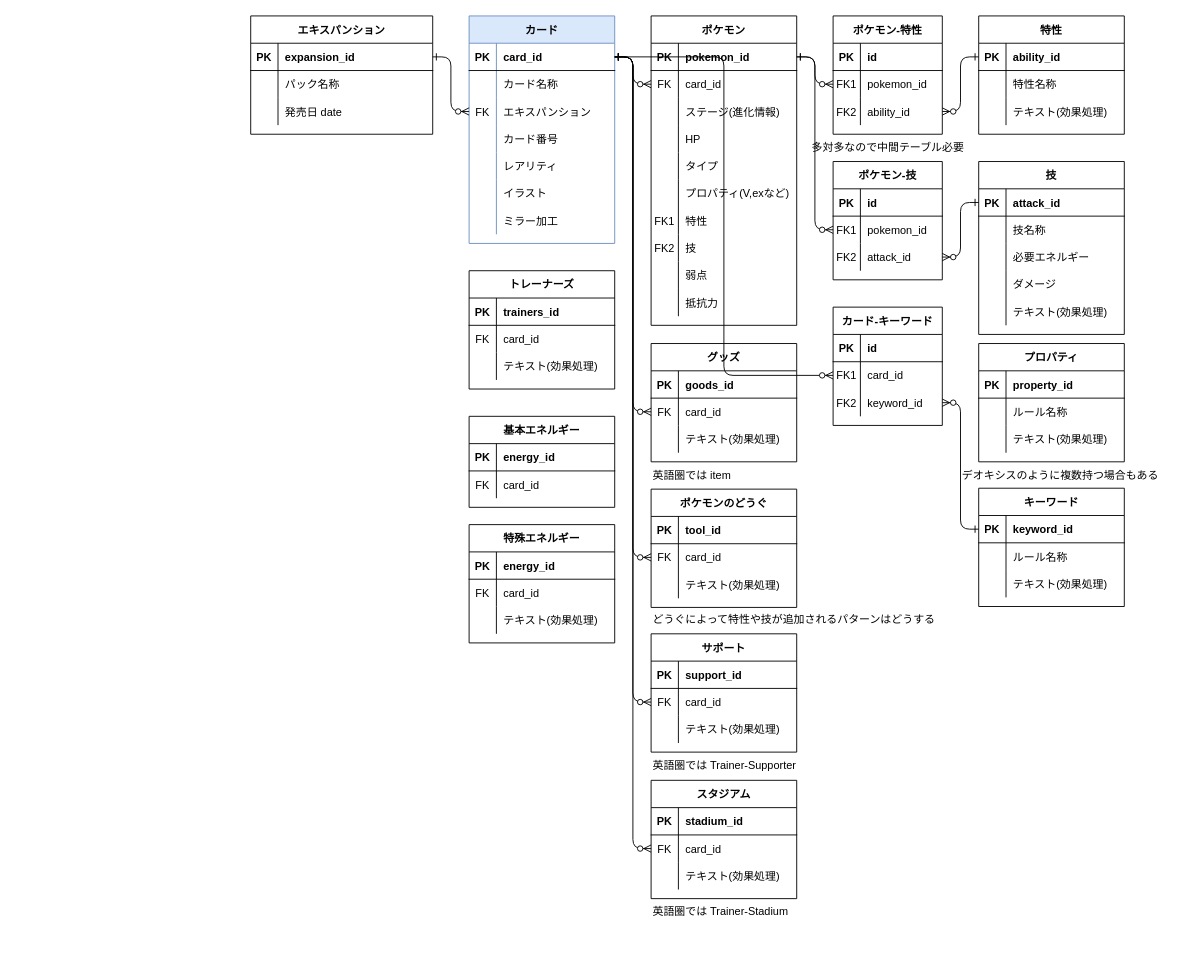
The draw.io diagram page "ER図ver2" (4 of 9) of データベース草案.drawio in tinatamago/ptcg, before the edit. Source tidied: cells renumbered, new cells numbered last; positions are measured from the earlier drawing's top-left corner, leaving out a move shared by most shapes. Both pictures are drawn from the tidied source at 91%, with x=0, y=0 at pixel (250, 15).
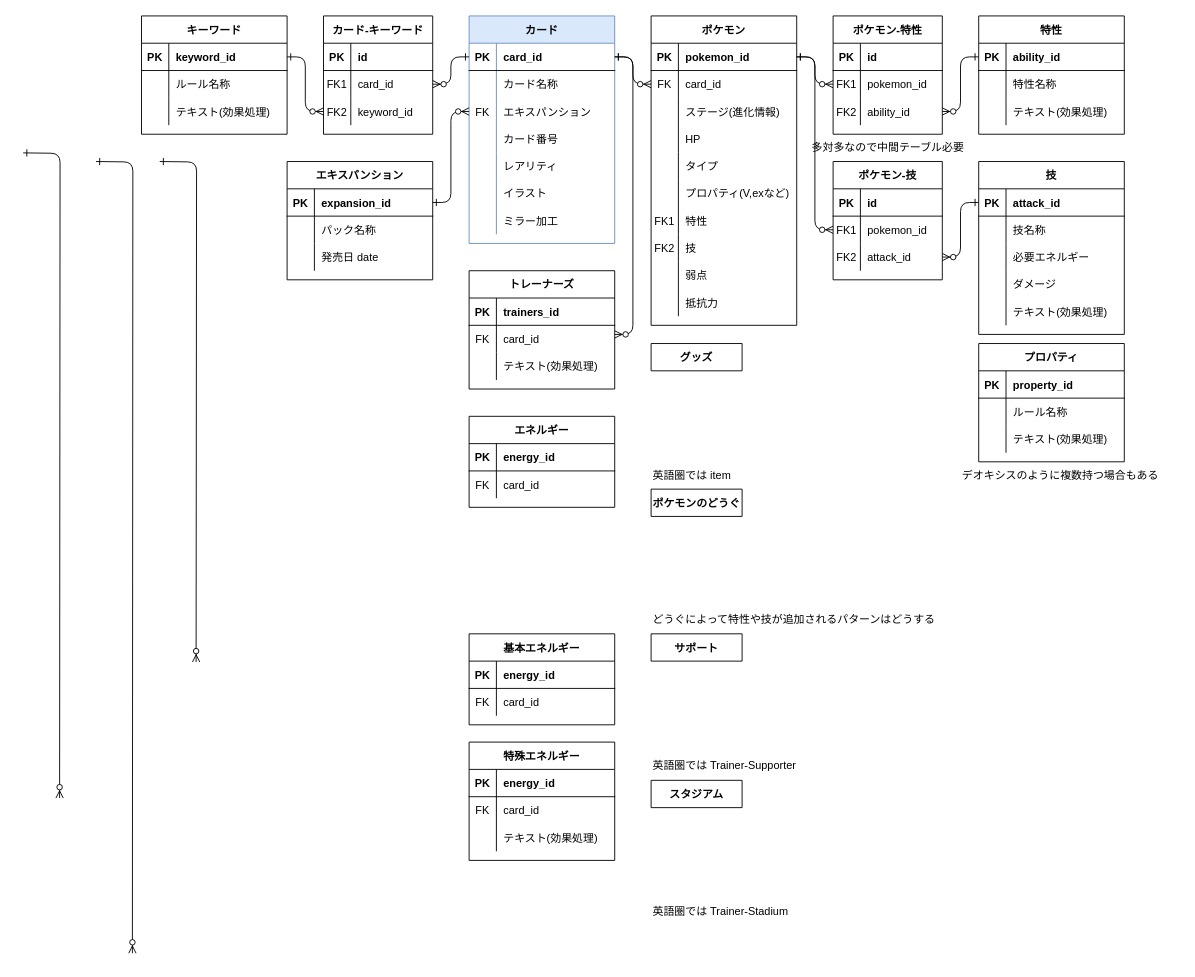
The same diagram, later.

Commit message:
データベース草案.drawio を更新します

Unchanged cells that the change refers to:
```xml
<mxCell id="30" style="shape=partialRectangle;fillColor=none;points=[[0,0.5],[1,0.5]];portConstraint=eastwest;top=0;left=0;right=0;bottom=1;" parent="29" vertex="1">
  <mxGeometry y="30" width="160" height="30" as="geometry" />
</mxCell>
<mxCell id="169" style="shape=partialRectangle;fillColor=none;points=[[0,0.5],[1,0.5]];portConstraint=eastwest;top=0;left=0;right=0;bottom=0;" parent="165" vertex="1">
  <mxGeometry y="60" width="160" height="30" as="geometry" />
</mxCell>
```

What changed in the source:
```diff
@@
-    <mxCell id="116" value="グッズ" style="shape=table;startSize=30;childLayout=tableLayout;rowLines=0;fontStyle=1;align=center;" parent="1" vertex="1">
-      <mxGeometry x="440" y="360" width="160" height="130" as="geometry" />
+    <mxCell id="116" value="グッズ" style="shape=table;startSize=30;childLayout=tableLayout;rowLines=0;fontStyle=1;align=center;" parent="1" vertex="1" collapsed="1">
+      <mxGeometry x="440" y="360" width="100" height="30" as="geometry" />
     </mxCell>
-    <mxCell id="117" style="shape=partialRectangle;fillColor=none;top=0;left=0;right=0;bottom=1;" parent="116" vertex="1">
-      <mxGeometry y="30" width="160" height="30" as="geometry" />
-    </mxCell>
-    <mxCell id="118" value="PK" style="shape=partialRectangle;overflow=hidden;fillColor=none;top=0;left=0;bottom=0;right=0;fontStyle=1;" parent="117" vertex="1">
-      <mxGeometry width="30" height="30" as="geometry" />
-    </mxCell>
-    <mxCell id="119" value="goods_id" style="shape=partialRectangle;overflow=hidden;fillColor=none;top=0;left=0;bottom=0;right=0;align=left;spacingLeft=6;fontStyle=1;" parent="117" vertex="1">
-      <mxGeometry x="30" width="130" height="30" as="geometry" />
-    </mxCell>
-    <mxCell id="120" style="shape=partialRectangle;fillColor=none;points=[[0,0.5],[1,0.5]];portConstraint=eastwest;top=0;left=0;right=0;bottom=0;" parent="116" vertex="1">
-      <mxGeometry y="60" width="160" height="30" as="geometry" />
-    </mxCell>
-    <mxCell id="121" value="FK" style="shape=partialRectangle;overflow=hidden;fillColor=none;top=0;left=0;bottom=0;right=0;" parent="120" vertex="1">
-      <mxGeometry width="30" height="30" as="geometry" />
-    </mxCell>
-    <mxCell id="122" value="card_id" style="shape=partialRectangle;overflow=hidden;fillColor=none;top=0;left=0;bottom=0;right=0;align=left;spacingLeft=6;" parent="120" vertex="1">
-      <mxGeometry x="30" width="130" height="30" as="geometry" />
-    </mxCell>
-    <mxCell id="123" style="shape=partialRectangle;fillColor=none;top=0;left=0;right=0;bottom=0;" parent="116" vertex="1">
-      <mxGeometry y="90" width="160" height="30" as="geometry" />
-    </mxCell>
-    <mxCell id="124" style="shape=partialRectangle;overflow=hidden;fillColor=none;top=0;left=0;bottom=0;right=0;" parent="123" vertex="1">
-      <mxGeometry width="30" height="30" as="geometry" />
-    </mxCell>
-    <mxCell id="125" value="テキスト(効果処理)" style="shape=partialRectangle;overflow=hidden;fillColor=none;top=0;left=0;bottom=0;right=0;align=left;spacingLeft=6;" parent="123" vertex="1">
-      <mxGeometry x="30" width="130" height="30" as="geometry" />
-    </mxCell>
-    <mxCell id="126" value="ポケモンのどうぐ" style="shape=table;startSize=30;childLayout=tableLayout;rowLines=0;fontStyle=1;align=center;" parent="1" vertex="1">
-      <mxGeometry x="440" y="520" width="160" height="130" as="geometry" />
+    <mxCell id="126" value="ポケモンのどうぐ" style="shape=table;startSize=30;childLayout=tableLayout;rowLines=0;fontStyle=1;align=center;" parent="1" vertex="1" collapsed="1">
+      <mxGeometry x="440" y="520" width="100" height="30" as="geometry" />
     </mxCell>
-    <mxCell id="127" style="shape=partialRectangle;fillColor=none;top=0;left=0;right=0;bottom=1;" parent="126" vertex="1">
-      <mxGeometry y="30" width="160" height="30" as="geometry" />
-    </mxCell>
-    <mxCell id="128" value="PK" style="shape=partialRectangle;overflow=hidden;fillColor=none;top=0;left=0;bottom=0;right=0;fontStyle=1;" parent="127" vertex="1">
-      <mxGeometry width="30" height="30" as="geometry" />
-    </mxCell>
-    <mxCell id="129" value="tool_id" style="shape=partialRectangle;overflow=hidden;fillColor=none;top=0;left=0;bottom=0;right=0;align=left;spacingLeft=6;fontStyle=1;" parent="127" vertex="1">
-      <mxGeometry x="30" width="130" height="30" as="geometry" />
-    </mxCell>
-    <mxCell id="130" style="shape=partialRectangle;fillColor=none;points=[[0,0.5],[1,0.5]];portConstraint=eastwest;top=0;left=0;right=0;bottom=0;" parent="126" vertex="1">
-      <mxGeometry y="60" width="160" height="30" as="geometry" />
-    </mxCell>
-    <mxCell id="131" value="FK" style="shape=partialRectangle;overflow=hidden;fillColor=none;top=0;left=0;bottom=0;right=0;" parent="130" vertex="1">
-      <mxGeometry width="30" height="30" as="geometry" />
-    </mxCell>
-    <mxCell id="132" value="card_id" style="shape=partialRectangle;overflow=hidden;fillColor=none;top=0;left=0;bottom=0;right=0;align=left;spacingLeft=6;" parent="130" vertex="1">
-      <mxGeometry x="30" width="130" height="30" as="geometry" />
-    </mxCell>
-    <mxCell id="133" style="shape=partialRectangle;fillColor=none;top=0;left=0;right=0;bottom=0;" parent="126" vertex="1">
-      <mxGeometry y="90" width="160" height="30" as="geometry" />
-    </mxCell>
-    <mxCell id="134" style="shape=partialRectangle;overflow=hidden;fillColor=none;top=0;left=0;bottom=0;right=0;" parent="133" vertex="1">
-      <mxGeometry width="30" height="30" as="geometry" />
-    </mxCell>
-    <mxCell id="135" value="テキスト(効果処理)" style="shape=partialRectangle;overflow=hidden;fillColor=none;top=0;left=0;bottom=0;right=0;align=left;spacingLeft=6;" parent="133" vertex="1">
-      <mxGeometry x="30" width="130" height="30" as="geometry" />
-    </mxCell>
-    <mxCell id="136" value="サポート" style="shape=table;startSize=30;childLayout=tableLayout;rowLines=0;fontStyle=1;align=center;" parent="1" vertex="1">
-      <mxGeometry x="440" y="679" width="160" height="130" as="geometry" />
+    <mxCell id="136" value="サポート" style="shape=table;startSize=30;childLayout=tableLayout;rowLines=0;fontStyle=1;align=center;" parent="1" vertex="1" collapsed="1">
+      <mxGeometry x="440" y="679" width="100" height="30" as="geometry" />
     </mxCell>
-    <mxCell id="137" style="shape=partialRectangle;fillColor=none;top=0;left=0;right=0;bottom=1;" parent="136" vertex="1">
-      <mxGeometry y="30" width="160" height="30" as="geometry" />
-    </mxCell>
-    <mxCell id="138" value="PK" style="shape=partialRectangle;overflow=hidden;fillColor=none;top=0;left=0;bottom=0;right=0;fontStyle=1;" parent="137" vertex="1">
-      <mxGeometry width="30" height="30" as="geometry" />
-    </mxCell>
-    <mxCell id="139" value="support_id" style="shape=partialRectangle;overflow=hidden;fillColor=none;top=0;left=0;bottom=0;right=0;align=left;spacingLeft=6;fontStyle=1;" parent="137" vertex="1">
-      <mxGeometry x="30" width="130" height="30" as="geometry" />
-    </mxCell>
-    <mxCell id="140" style="shape=partialRectangle;fillColor=none;points=[[0,0.5],[1,0.5]];portConstraint=eastwest;top=0;left=0;right=0;bottom=0;" parent="136" vertex="1">
-      <mxGeometry y="60" width="160" height="30" as="geometry" />
-    </mxCell>
-    <mxCell id="141" value="FK" style="shape=partialRectangle;overflow=hidden;fillColor=none;top=0;left=0;bottom=0;right=0;" parent="140" vertex="1">
-      <mxGeometry width="30" height="30" as="geometry" />
-    </mxCell>
-    <mxCell id="142" value="card_id" style="shape=partialRectangle;overflow=hidden;fillColor=none;top=0;left=0;bottom=0;right=0;align=left;spacingLeft=6;" parent="140" vertex="1">
-      <mxGeometry x="30" width="130" height="30" as="geometry" />
-    </mxCell>
-    <mxCell id="143" style="shape=partialRectangle;fillColor=none;top=0;left=0;right=0;bottom=0;" parent="136" vertex="1">
-      <mxGeometry y="90" width="160" height="30" as="geometry" />
-    </mxCell>
-    <mxCell id="144" style="shape=partialRectangle;overflow=hidden;fillColor=none;top=0;left=0;bottom=0;right=0;" parent="143" vertex="1">
-      <mxGeometry width="30" height="30" as="geometry" />
-    </mxCell>
-    <mxCell id="145" value="テキスト(効果処理)" style="shape=partialRectangle;overflow=hidden;fillColor=none;top=0;left=0;bottom=0;right=0;align=left;spacingLeft=6;" parent="143" vertex="1">
-      <mxGeometry x="30" width="130" height="30" as="geometry" />
-    </mxCell>
@@
-    <mxCell id="147" value="スタジアム" style="shape=table;startSize=30;childLayout=tableLayout;rowLines=0;fontStyle=1;align=center;" parent="1" vertex="1">
-      <mxGeometry x="440" y="840" width="160" height="130" as="geometry" />
+    <mxCell id="147" value="スタジアム" style="shape=table;startSize=30;childLayout=tableLayout;rowLines=0;fontStyle=1;align=center;" parent="1" vertex="1" collapsed="1">
+      <mxGeometry x="440" y="840" width="100" height="30" as="geometry" />
     </mxCell>
-    <mxCell id="148" style="shape=partialRectangle;fillColor=none;top=0;left=0;right=0;bottom=1;" parent="147" vertex="1">
-      <mxGeometry y="30" width="160" height="30" as="geometry" />
-    </mxCell>
-    <mxCell id="149" value="PK" style="shape=partialRectangle;overflow=hidden;fillColor=none;top=0;left=0;bottom=0;right=0;fontStyle=1;" parent="148" vertex="1">
-      <mxGeometry width="30" height="30" as="geometry" />
-    </mxCell>
-    <mxCell id="150" value="stadium_id" style="shape=partialRectangle;overflow=hidden;fillColor=none;top=0;left=0;bottom=0;right=0;align=left;spacingLeft=6;fontStyle=1;" parent="148" vertex="1">
-      <mxGeometry x="30" width="130" height="30" as="geometry" />
-    </mxCell>
-    <mxCell id="151" style="shape=partialRectangle;fillColor=none;points=[[0,0.5],[1,0.5]];portConstraint=eastwest;top=0;left=0;right=0;bottom=0;" parent="147" vertex="1">
-      <mxGeometry y="60" width="160" height="30" as="geometry" />
-    </mxCell>
-    <mxCell id="152" value="FK" style="shape=partialRectangle;overflow=hidden;fillColor=none;top=0;left=0;bottom=0;right=0;" parent="151" vertex="1">
-      <mxGeometry width="30" height="30" as="geometry" />
-    </mxCell>
-    <mxCell id="153" value="card_id" style="shape=partialRectangle;overflow=hidden;fillColor=none;top=0;left=0;bottom=0;right=0;align=left;spacingLeft=6;" parent="151" vertex="1">
-      <mxGeometry x="30" width="130" height="30" as="geometry" />
-    </mxCell>
-    <mxCell id="154" style="shape=partialRectangle;fillColor=none;top=0;left=0;right=0;bottom=0;" parent="147" vertex="1">
-      <mxGeometry y="90" width="160" height="30" as="geometry" />
-    </mxCell>
-    <mxCell id="155" style="shape=partialRectangle;overflow=hidden;fillColor=none;top=0;left=0;bottom=0;right=0;" parent="154" vertex="1">
-      <mxGeometry width="30" height="30" as="geometry" />
-    </mxCell>
-    <mxCell id="156" value="テキスト(効果処理)" style="shape=partialRectangle;overflow=hidden;fillColor=none;top=0;left=0;bottom=0;right=0;align=left;spacingLeft=6;" parent="154" vertex="1">
-      <mxGeometry x="30" width="130" height="30" as="geometry" />
-    </mxCell>
@@
-    <mxCell id="158" style="edgeStyle=orthogonalEdgeStyle;endArrow=ERzeroToMany;startArrow=ERone;endFill=1;startFill=0;" parent="1" edge="1" source="30" target="120">
-      <mxGeometry relative="1" as="geometry" />
+    <mxCell id="158" style="edgeStyle=orthogonalEdgeStyle;endArrow=ERzeroToMany;startArrow=ERone;endFill=1;startFill=0;" parent="1" edge="1" source="30" target="169">
+      <mxGeometry relative="1" as="geometry">
+        <Array as="points">
+          <mxPoint x="420" y="45" />
+          <mxPoint x="420" y="350" />
+        </Array>
+      </mxGeometry>
     </mxCell>
-    <mxCell id="159" style="edgeStyle=orthogonalEdgeStyle;endArrow=ERzeroToMany;startArrow=ERone;endFill=1;startFill=0;" parent="1" edge="1" source="30" target="130">
-      <mxGeometry relative="1" as="geometry" />
+    <mxCell id="159" style="edgeStyle=orthogonalEdgeStyle;endArrow=ERzeroToMany;startArrow=ERone;endFill=1;startFill=0;" parent="1" edge="1">
+      <mxGeometry relative="1" as="geometry">
+        <mxPoint x="-100" y="160" as="sourcePoint" />
+        <mxPoint x="-60" y="710" as="targetPoint" />
+      </mxGeometry>
     </mxCell>
-    <mxCell id="160" style="edgeStyle=orthogonalEdgeStyle;endArrow=ERzeroToMany;startArrow=ERone;endFill=1;startFill=0;exitX=1;exitY=0.5;exitDx=0;exitDy=0;" parent="1" edge="1" source="30" target="140">
-      <mxGeometry relative="1" as="geometry" />
+    <mxCell id="160" style="edgeStyle=orthogonalEdgeStyle;endArrow=ERzeroToMany;startArrow=ERone;endFill=1;startFill=0;exitX=1;exitY=0.5;exitDx=0;exitDy=0;" parent="1" edge="1">
+      <mxGeometry relative="1" as="geometry">
+        <mxPoint x="-250" y="150.5" as="sourcePoint" />
+        <mxPoint x="-210" y="859.5" as="targetPoint" />
+      </mxGeometry>
     </mxCell>
-    <mxCell id="161" style="edgeStyle=orthogonalEdgeStyle;endArrow=ERzeroToMany;startArrow=ERone;endFill=1;startFill=0;" parent="1" edge="1" source="30" target="151">
-      <mxGeometry relative="1" as="geometry" />
+    <mxCell id="161" style="edgeStyle=orthogonalEdgeStyle;endArrow=ERzeroToMany;startArrow=ERone;endFill=1;startFill=0;" parent="1" edge="1">
+      <mxGeometry relative="1" as="geometry">
+        <mxPoint x="-170" y="160" as="sourcePoint" />
+        <mxPoint x="-130" y="1030" as="targetPoint" />
+      </mxGeometry>
     </mxCell>
@@
     <mxCell id="175" value="基本エネルギー" style="shape=table;startSize=30;childLayout=tableLayout;rowLines=0;fontStyle=1;align=center;" parent="1" vertex="1">
-      <mxGeometry x="240" y="440" width="160" height="100" as="geometry" />
+      <mxGeometry x="240" y="679" width="160" height="100" as="geometry" />
     </mxCell>
@@
     <mxCell id="182" value="特殊エネルギー" style="shape=table;startSize=30;childLayout=tableLayout;rowLines=0;fontStyle=1;align=center;" parent="1" vertex="1">
-      <mxGeometry x="240" y="559" width="160" height="130" as="geometry" />
+      <mxGeometry x="240" y="798" width="160" height="130" as="geometry" />
     </mxCell>
@@
     <mxCell id="193" value="キーワード" style="shape=table;startSize=30;childLayout=tableLayout;rowLines=0;fontStyle=1;align=center;" parent="1" vertex="1">
-      <mxGeometry x="800" y="519" width="160" height="130" as="geometry" />
+      <mxGeometry x="-120" width="160" height="130" as="geometry" />
     </mxCell>
@@
     <mxCell id="203" value="カード-キーワード" style="shape=table;startSize=30;childLayout=tableLayout;rowLines=0;fontStyle=1;align=center;" parent="1" vertex="1">
-      <mxGeometry x="640" y="320" width="120" height="130" as="geometry" />
+      <mxGeometry x="80" width="120" height="130" as="geometry" />
     </mxCell>
@@
     <mxCell id="213" value="エキスパンション" style="shape=table;startSize=30;childLayout=tableLayout;rowLines=0;fontStyle=1;align=center;" parent="1" vertex="1">
-      <mxGeometry width="200" height="130" as="geometry" />
+      <mxGeometry x="40" y="160" width="160" height="130" as="geometry" />
     </mxCell>
     <mxCell id="214" style="shape=partialRectangle;fillColor=none;points=[[0,0.5],[1,0.5]];portConstraint=eastwest;top=0;left=0;right=0;bottom=1;" parent="213" vertex="1">
-      <mxGeometry y="30" width="200" height="30" as="geometry" />
+      <mxGeometry y="30" width="160" height="30" as="geometry" />
     </mxCell>
@@
     <mxCell id="216" value="expansion_id" style="shape=partialRectangle;overflow=hidden;fillColor=none;top=0;left=0;bottom=0;right=0;align=left;spacingLeft=6;fontStyle=1;" parent="214" vertex="1">
-      <mxGeometry x="30" width="170" height="30" as="geometry" />
+      <mxGeometry x="30" width="130" height="30" as="geometry" />
     </mxCell>
     <mxCell id="217" style="shape=partialRectangle;fillColor=none;top=0;left=0;right=0;bottom=0;" parent="213" vertex="1">
-      <mxGeometry y="60" width="200" height="30" as="geometry" />
+      <mxGeometry y="60" width="160" height="30" as="geometry" />
     </mxCell>
@@
     <mxCell id="219" value="パック名称" style="shape=partialRectangle;overflow=hidden;fillColor=none;top=0;left=0;bottom=0;right=0;align=left;spacingLeft=6;" parent="217" vertex="1">
-      <mxGeometry x="30" width="170" height="30" as="geometry" />
+      <mxGeometry x="30" width="130" height="30" as="geometry" />
     </mxCell>
     <mxCell id="220" style="shape=partialRectangle;fillColor=none;top=0;left=0;right=0;bottom=0;" parent="213" vertex="1">
-      <mxGeometry y="90" width="200" height="30" as="geometry" />
+      <mxGeometry y="90" width="160" height="30" as="geometry" />
     </mxCell>
@@
     <mxCell id="222" value="発売日 date" style="shape=partialRectangle;overflow=hidden;fillColor=none;top=0;left=0;bottom=0;right=0;align=left;spacingLeft=6;" parent="220" vertex="1">
-      <mxGeometry x="30" width="170" height="30" as="geometry" />
+      <mxGeometry x="30" width="130" height="30" as="geometry" />
     </mxCell>
@@
+    <mxCell id="226" value="エネルギー" style="shape=table;startSize=30;childLayout=tableLayout;rowLines=0;fontStyle=1;align=center;" parent="1" vertex="1">
+      <mxGeometry x="240" y="440" width="160" height="100" as="geometry" />
+    </mxCell>
+    <mxCell id="227" style="shape=partialRectangle;fillColor=none;top=0;left=0;right=0;bottom=1;" parent="226" vertex="1">
+      <mxGeometry y="30" width="160" height="30" as="geometry" />
+    </mxCell>
+    <mxCell id="228" value="PK" style="shape=partialRectangle;overflow=hidden;fillColor=none;top=0;left=0;bottom=0;right=0;fontStyle=1;" parent="227" vertex="1">
+      <mxGeometry width="30" height="30" as="geometry" />
+    </mxCell>
+    <mxCell id="229" value="energy_id" style="shape=partialRectangle;overflow=hidden;fillColor=none;top=0;left=0;bottom=0;right=0;align=left;spacingLeft=6;fontStyle=1;" parent="227" vertex="1">
+      <mxGeometry x="30" width="130" height="30" as="geometry" />
+    </mxCell>
+    <mxCell id="230" style="shape=partialRectangle;fillColor=none;top=0;left=0;right=0;bottom=0;" parent="226" vertex="1">
+      <mxGeometry y="60" width="160" height="30" as="geometry" />
+    </mxCell>
+    <mxCell id="231" value="FK" style="shape=partialRectangle;overflow=hidden;fillColor=none;top=0;left=0;bottom=0;right=0;" parent="230" vertex="1">
+      <mxGeometry width="30" height="30" as="geometry" />
+    </mxCell>
+    <mxCell id="232" value="card_id" style="shape=partialRectangle;overflow=hidden;fillColor=none;top=0;left=0;bottom=0;right=0;align=left;spacingLeft=6;" parent="230" vertex="1">
+      <mxGeometry x="30" width="130" height="30" as="geometry" />
+    </mxCell>
```
